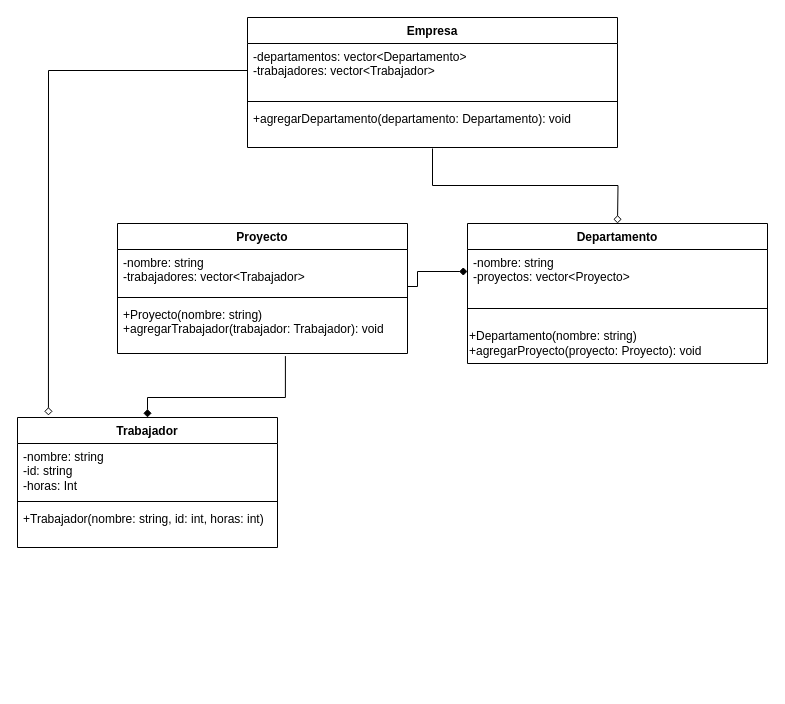
Javier1399/proyecto keeps this draw.io diagram as Diagrama sin título.drawio. Above is the earlier version. Source tidied: cells renumbered, new cells numbered last; positions are measured from the earlier drawing's top-left corner, leaving out a move shared by most shapes. Both pictures are drawn from the tidied source at 100%, with x=0, y=0 at pixel (17, 17).
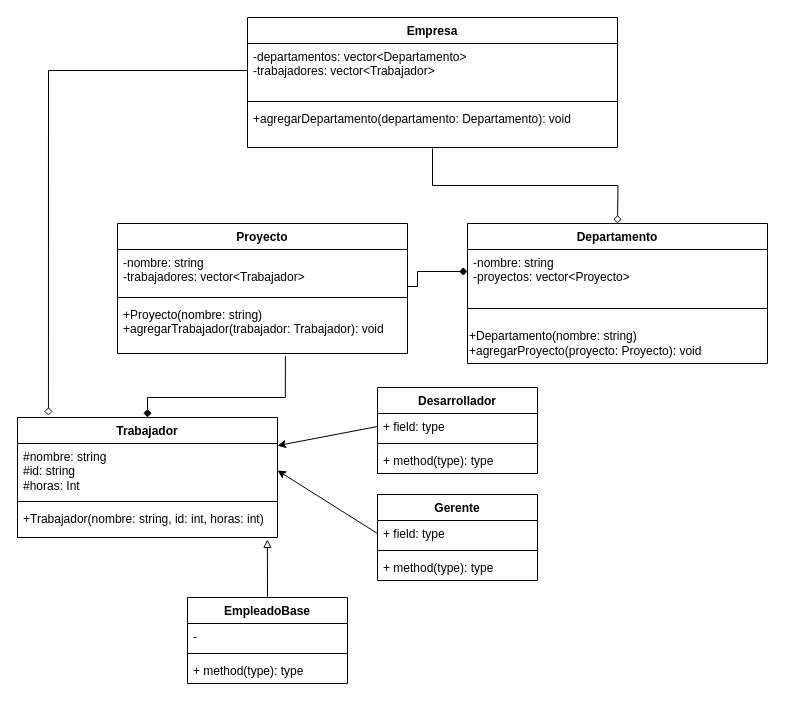
Above is the later version.

Change to the diagram source:
```diff
@@
     <mxCell id="16" value="Trabajador" style="swimlane;fontStyle=1;align=center;verticalAlign=top;horizontal=1;startSize=26;whiteSpace=wrap;html=1;" parent="1" vertex="1">
-      <mxGeometry y="400" width="260" height="130" as="geometry" />
+      <mxGeometry y="400" width="260" height="120" as="geometry" />
     </mxCell>
-    <mxCell id="17" value="-nombre: string&amp;nbsp;&lt;br&gt;-id: string&lt;br&gt;-horas: Int" style="text;strokeColor=none;fillColor=none;align=left;verticalAlign=top;spacingLeft=4;spacingRight=4;overflow=hidden;points=[[0,0.5],[1,0.5]];portConstraint=eastwest;whiteSpace=wrap;html=1;" parent="16" vertex="1">
+    <mxCell id="17" value="#nombre: string&amp;nbsp;&lt;br&gt;#id: string&lt;br&gt;#horas: Int" style="text;strokeColor=none;fillColor=none;align=left;verticalAlign=top;spacingLeft=4;spacingRight=4;overflow=hidden;points=[[0,0.5],[1,0.5]];portConstraint=eastwest;whiteSpace=wrap;html=1;" parent="16" vertex="1">
       <mxGeometry y="26" width="260" height="54" as="geometry" />
     </mxCell>
@@
     <mxCell id="19" value="+Trabajador(nombre: string, id: int, horas: int)" style="text;strokeColor=none;fillColor=none;align=left;verticalAlign=top;spacingLeft=4;spacingRight=4;overflow=hidden;points=[[0,0.5],[1,0.5]];portConstraint=eastwest;whiteSpace=wrap;html=1;" parent="16" vertex="1">
-      <mxGeometry y="88" width="260" height="42" as="geometry" />
+      <mxGeometry y="88" width="260" height="32" as="geometry" />
     </mxCell>
@@
+    <mxCell id="23" value="EmpleadoBase" style="swimlane;fontStyle=1;align=center;verticalAlign=top;horizontal=1;startSize=26;whiteSpace=wrap;html=1;" parent="1" vertex="1">
+      <mxGeometry x="170" y="580" width="160" height="86" as="geometry" />
+    </mxCell>
+    <mxCell id="24" value="-" style="text;strokeColor=none;fillColor=none;align=left;verticalAlign=top;spacingLeft=4;spacingRight=4;overflow=hidden;whiteSpace=wrap;html=1;" parent="23" vertex="1">
+      <mxGeometry y="26" width="160" height="26" as="geometry" />
+    </mxCell>
+    <mxCell id="25" style="line;strokeWidth=1;fillColor=none;align=left;verticalAlign=middle;spacingTop=-1;spacingLeft=3;spacingRight=3;labelPosition=right;strokeColor=inherit;" parent="23" vertex="1">
+      <mxGeometry y="52" width="160" height="8" as="geometry" />
+    </mxCell>
+    <mxCell id="26" value="+ method(type): type" style="text;strokeColor=none;fillColor=none;align=left;verticalAlign=top;spacingLeft=4;spacingRight=4;overflow=hidden;whiteSpace=wrap;html=1;" parent="23" vertex="1">
+      <mxGeometry y="60" width="160" height="26" as="geometry" />
+    </mxCell>
+    <mxCell id="27" value="Gerente" style="swimlane;fontStyle=1;align=center;verticalAlign=top;horizontal=1;startSize=26;whiteSpace=wrap;html=1;" parent="1" vertex="1">
+      <mxGeometry x="360" y="477" width="160" height="86" as="geometry" />
+    </mxCell>
+    <mxCell id="28" value="+ field: type" style="text;strokeColor=none;fillColor=none;align=left;verticalAlign=top;spacingLeft=4;spacingRight=4;overflow=hidden;points=[[0,0.5],[1,0.5]];portConstraint=eastwest;whiteSpace=wrap;html=1;" parent="27" vertex="1">
+      <mxGeometry y="26" width="160" height="26" as="geometry" />
+    </mxCell>
+    <mxCell id="29" style="line;strokeWidth=1;fillColor=none;align=left;verticalAlign=middle;spacingTop=-1;spacingLeft=3;spacingRight=3;labelPosition=right;strokeColor=inherit;" parent="27" vertex="1">
+      <mxGeometry y="52" width="160" height="8" as="geometry" />
+    </mxCell>
+    <mxCell id="30" value="+ method(type): type" style="text;strokeColor=none;fillColor=none;align=left;verticalAlign=top;spacingLeft=4;spacingRight=4;overflow=hidden;whiteSpace=wrap;html=1;" parent="27" vertex="1">
+      <mxGeometry y="60" width="160" height="26" as="geometry" />
+    </mxCell>
+    <mxCell id="31" style="edgeStyle=none;rounded=0;jettySize=auto;html=1;exitX=0;exitY=0.5;exitDx=0;exitDy=0;" parent="1" edge="1" source="33" target="17">
+      <mxGeometry relative="1" as="geometry" />
+    </mxCell>
+    <mxCell id="32" value="Desarrollador" style="swimlane;fontStyle=1;align=center;verticalAlign=top;horizontal=1;startSize=26;whiteSpace=wrap;html=1;" parent="1" vertex="1">
+      <mxGeometry x="360" y="370" width="160" height="86" as="geometry" />
+    </mxCell>
+    <mxCell id="33" value="+ field: type" style="text;strokeColor=none;fillColor=none;align=left;verticalAlign=top;spacingLeft=4;spacingRight=4;overflow=hidden;points=[[0,0.5],[1,0.5]];portConstraint=eastwest;whiteSpace=wrap;html=1;" parent="32" vertex="1">
+      <mxGeometry y="26" width="160" height="26" as="geometry" />
+    </mxCell>
+    <mxCell id="34" style="line;strokeWidth=1;fillColor=none;align=left;verticalAlign=middle;spacingTop=-1;spacingLeft=3;spacingRight=3;labelPosition=right;strokeColor=inherit;" parent="32" vertex="1">
+      <mxGeometry y="52" width="160" height="8" as="geometry" />
+    </mxCell>
+    <mxCell id="35" value="+ method(type): type" style="text;strokeColor=none;fillColor=none;align=left;verticalAlign=top;spacingLeft=4;spacingRight=4;overflow=hidden;whiteSpace=wrap;html=1;" parent="32" vertex="1">
+      <mxGeometry y="60" width="160" height="26" as="geometry" />
+    </mxCell>
+    <mxCell id="36" style="edgeStyle=none;rounded=0;jettySize=auto;html=1;exitX=0.5;exitY=0;exitDx=0;exitDy=0;entryX=0.961;entryY=1.061;entryDx=0;entryDy=0;entryPerimeter=0;endArrow=block;endFill=0;" parent="1" edge="1" source="23" target="19">
+      <mxGeometry relative="1" as="geometry" />
+    </mxCell>
+    <mxCell id="37" style="edgeStyle=none;rounded=0;jettySize=auto;html=1;exitX=0;exitY=0.5;exitDx=0;exitDy=0;entryX=1;entryY=0.5;entryDx=0;entryDy=0;" parent="1" edge="1" source="28" target="17">
+      <mxGeometry relative="1" as="geometry" />
+    </mxCell>
```
